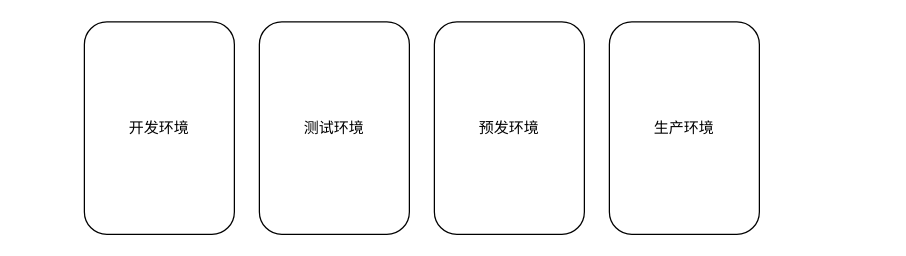
jeffmacn/myjava keeps this draw.io diagram as Untitled Diagram.drawio. Above is the earlier version. Source tidied: cells renumbered, new cells numbered last; positions are measured from the earlier drawing's top-left corner, leaving out a move shared by most shapes. Both pictures are drawn from the tidied source at 125%, with x=0, y=0 at pixel (84, 21).
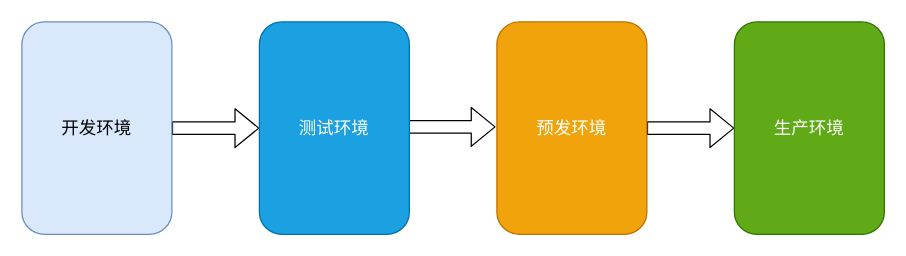
Above is the later version.

Change to the diagram source:
```diff
@@
 <mxGraphModel>
   <root>
     <mxCell id="0" />
     <mxCell id="1" parent="0" />
+    <mxCell id="6" style="shape=flexArrow;endArrow=classic;html=1;entryX=0;entryY=0.5;entryDx=0;entryDy=0;fontSize=14;" parent="1" edge="1" source="2" target="3">
+      <mxGeometry relative="1" as="geometry" />
+    </mxCell>
+    <mxCell id="7" style="shape=flexArrow;endArrow=classic;html=1;entryX=0;entryY=0.5;entryDx=0;entryDy=0;fontSize=14;" parent="1" edge="1">
+      <mxGeometry relative="1" as="geometry">
+        <mxPoint x="259" y="84" as="sourcePoint" />
+        <mxPoint x="329" y="84" as="targetPoint" />
+      </mxGeometry>
+    </mxCell>
+    <mxCell id="8" style="shape=flexArrow;endArrow=classic;html=1;entryX=0;entryY=0.5;entryDx=0;entryDy=0;fontSize=14;" parent="1" edge="1">
+      <mxGeometry relative="1" as="geometry">
+        <mxPoint x="450" y="85" as="sourcePoint" />
+        <mxPoint x="520" y="85" as="targetPoint" />
+      </mxGeometry>
+    </mxCell>
-    <mxCell id="2" value="开发环境" style="rounded=1;whiteSpace=wrap;html=1;" parent="1" vertex="1">
-      <mxGeometry width="120" height="170" as="geometry" />
+    <mxCell id="2" value="开发环境" style="rounded=1;whiteSpace=wrap;html=1;fillColor=#dae8fc;strokeColor=#6c8ebf;fontSize=14;" parent="1" vertex="1">
+      <mxGeometry x="-50" width="120" height="170" as="geometry" />
     </mxCell>
-    <mxCell id="3" value="测试环境" style="rounded=1;whiteSpace=wrap;html=1;" parent="1" vertex="1">
+    <mxCell id="3" value="测试环境" style="rounded=1;whiteSpace=wrap;html=1;fillColor=#1ba1e2;strokeColor=#006EAF;fontColor=#ffffff;fontSize=14;" parent="1" vertex="1">
       <mxGeometry x="140" width="120" height="170" as="geometry" />
     </mxCell>
-    <mxCell id="4" value="预发环境" style="rounded=1;whiteSpace=wrap;html=1;" parent="1" vertex="1">
-      <mxGeometry x="280" width="120" height="170" as="geometry" />
+    <mxCell id="4" value="预发环境" style="rounded=1;whiteSpace=wrap;html=1;fillColor=#f0a30a;strokeColor=#BD7000;fontColor=#ffffff;fontSize=14;" parent="1" vertex="1">
+      <mxGeometry x="330" width="120" height="170" as="geometry" />
     </mxCell>
-    <mxCell id="5" value="生产环境" style="rounded=1;whiteSpace=wrap;html=1;" parent="1" vertex="1">
-      <mxGeometry x="420" width="120" height="170" as="geometry" />
+    <mxCell id="5" value="生产环境" style="rounded=1;whiteSpace=wrap;html=1;fillColor=#60a917;strokeColor=#2D7600;fontColor=#ffffff;fontSize=14;" parent="1" vertex="1">
+      <mxGeometry x="520" width="120" height="170" as="geometry" />
     </mxCell>
   </root>
 </mxGraphModel>
```
